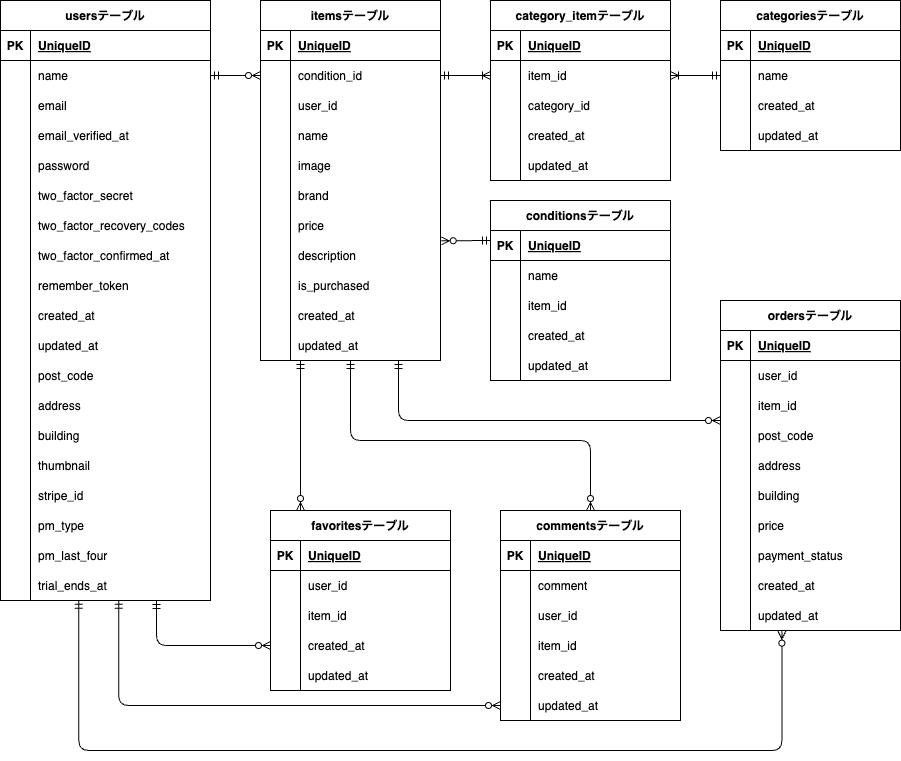
The draw.io diagram coachtechFreemarket-ER.png in Haruka-Wada/CoachtechFreemarket, before a commit. Source tidied: cells renumbered, new cells last; positions are measured from the earlier drawing's top-left corner, leaving out a move shared by most shapes.
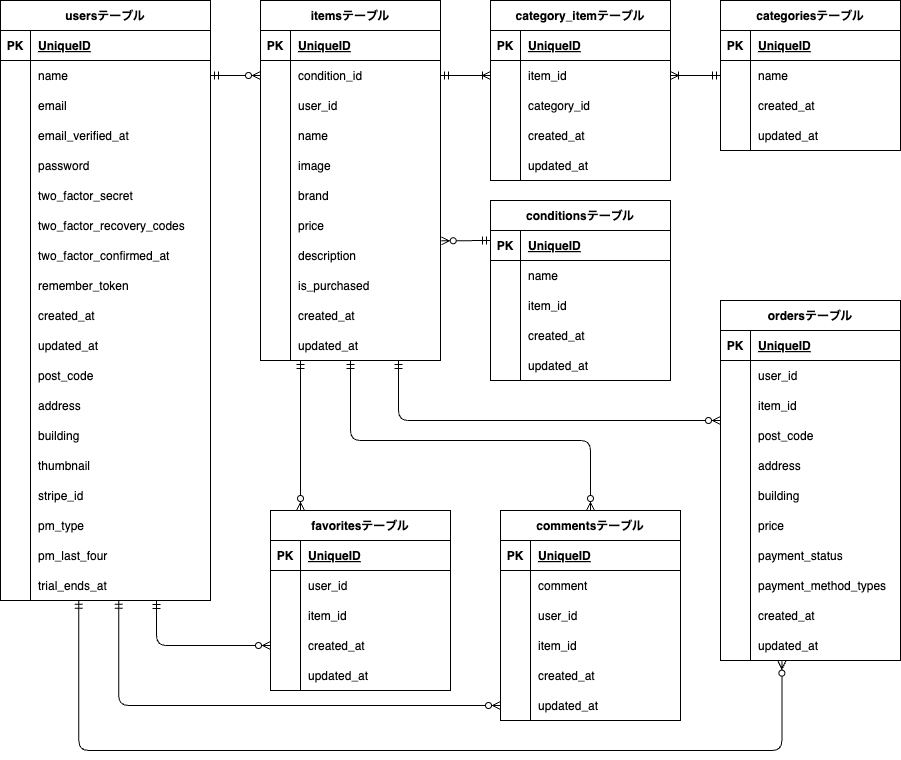
Above is the later version.

What changed in the source:
```diff
@@ -533,7 +533,7 @@
       <mxGeometry x="30" width="150" height="30" as="geometry" />
     </mxCell>
     <mxCell id="178" value="ordersテーブル" style="shape=table;startSize=30;rowLines=0;fontStyle=1;align=center;" parent="1" vertex="1">
-      <mxGeometry x="720" y="300" width="180" height="330" as="geometry" />
+      <mxGeometry x="720" y="300" width="180" height="360" as="geometry" />
     </mxCell>
     <mxCell id="179" style="shape=tableRow;horizontal=0;startSize=0;swimlaneHead=0;swimlaneBody=0;fillColor=none;top=0;left=0;right=0;bottom=1;" parent="178" vertex="1">
       <mxGeometry y="30" width="180" height="30" as="geometry" />
@@ -607,8 +607,17 @@
     <mxCell id="202" value="payment_status" style="shape=partialRectangle;fillColor=none;top=0;left=0;bottom=0;right=0;align=left;spacingLeft=6;overflow=hidden;" parent="200" vertex="1">
       <mxGeometry x="30" width="150" height="30" as="geometry" />
     </mxCell>
+    <mxCell id="215" style="shape=tableRow;horizontal=0;startSize=0;swimlaneHead=0;swimlaneBody=0;fillColor=none;top=0;left=0;right=0;bottom=0;" parent="178" vertex="1">
+      <mxGeometry y="270" width="180" height="30" as="geometry" />
+    </mxCell>
+    <mxCell id="216" style="shape=partialRectangle;fillColor=none;top=0;left=0;bottom=0;right=0;overflow=hidden;" parent="215" vertex="1">
+      <mxGeometry width="30" height="30" as="geometry" />
+    </mxCell>
+    <mxCell id="217" value="payment_method_types" style="shape=partialRectangle;fillColor=none;top=0;left=0;bottom=0;right=0;align=left;spacingLeft=6;overflow=hidden;" parent="215" vertex="1">
+      <mxGeometry x="30" width="150" height="30" as="geometry" />
+    </mxCell>
     <mxCell id="203" style="shape=tableRow;horizontal=0;startSize=0;swimlaneHead=0;swimlaneBody=0;fillColor=none;top=0;left=0;right=0;bottom=0;" parent="178" vertex="1">
-      <mxGeometry y="270" width="180" height="30" as="geometry" />
+      <mxGeometry y="300" width="180" height="30" as="geometry" />
     </mxCell>
     <mxCell id="204" style="shape=partialRectangle;fillColor=none;top=0;left=0;bottom=0;right=0;overflow=hidden;" parent="203" vertex="1">
       <mxGeometry width="30" height="30" as="geometry" />
@@ -617,7 +626,7 @@
       <mxGeometry x="30" width="150" height="30" as="geometry" />
     </mxCell>
     <mxCell id="206" style="shape=tableRow;horizontal=0;startSize=0;swimlaneHead=0;swimlaneBody=0;fillColor=none;points=[[0,0.5],[1,0.5]];portConstraint=eastwest;top=0;left=0;right=0;bottom=0;" parent="178" vertex="1">
-      <mxGeometry y="300" width="180" height="30" as="geometry" />
+      <mxGeometry y="330" width="180" height="30" as="geometry" />
     </mxCell>
     <mxCell id="207" style="shape=partialRectangle;fillColor=none;top=0;left=0;bottom=0;right=0;overflow=hidden;" parent="206" vertex="1">
       <mxGeometry width="30" height="30" as="geometry" />
```
